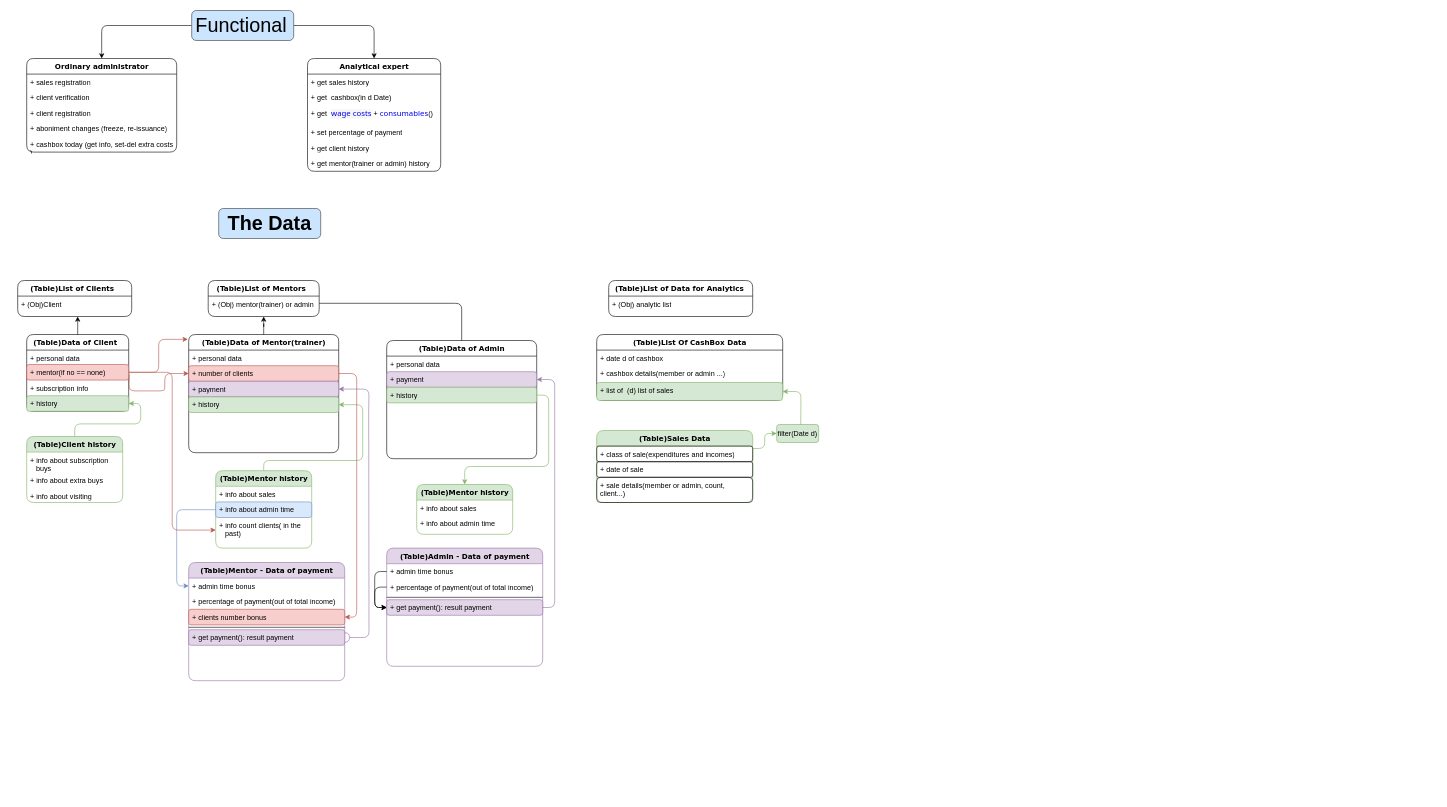
The draw.io diagram Диаграмма без названия.drawio in aaoovava/Visual-diagram-of-the-Admin-architecture, before the edit. Source tidied: cells renumbered, new cells numbered last; positions are measured from the earlier drawing's top-left corner, leaving out a move shared by most shapes. Both pictures are drawn from the tidied source at 60%, with x=0, y=0 at pixel (17, 10).
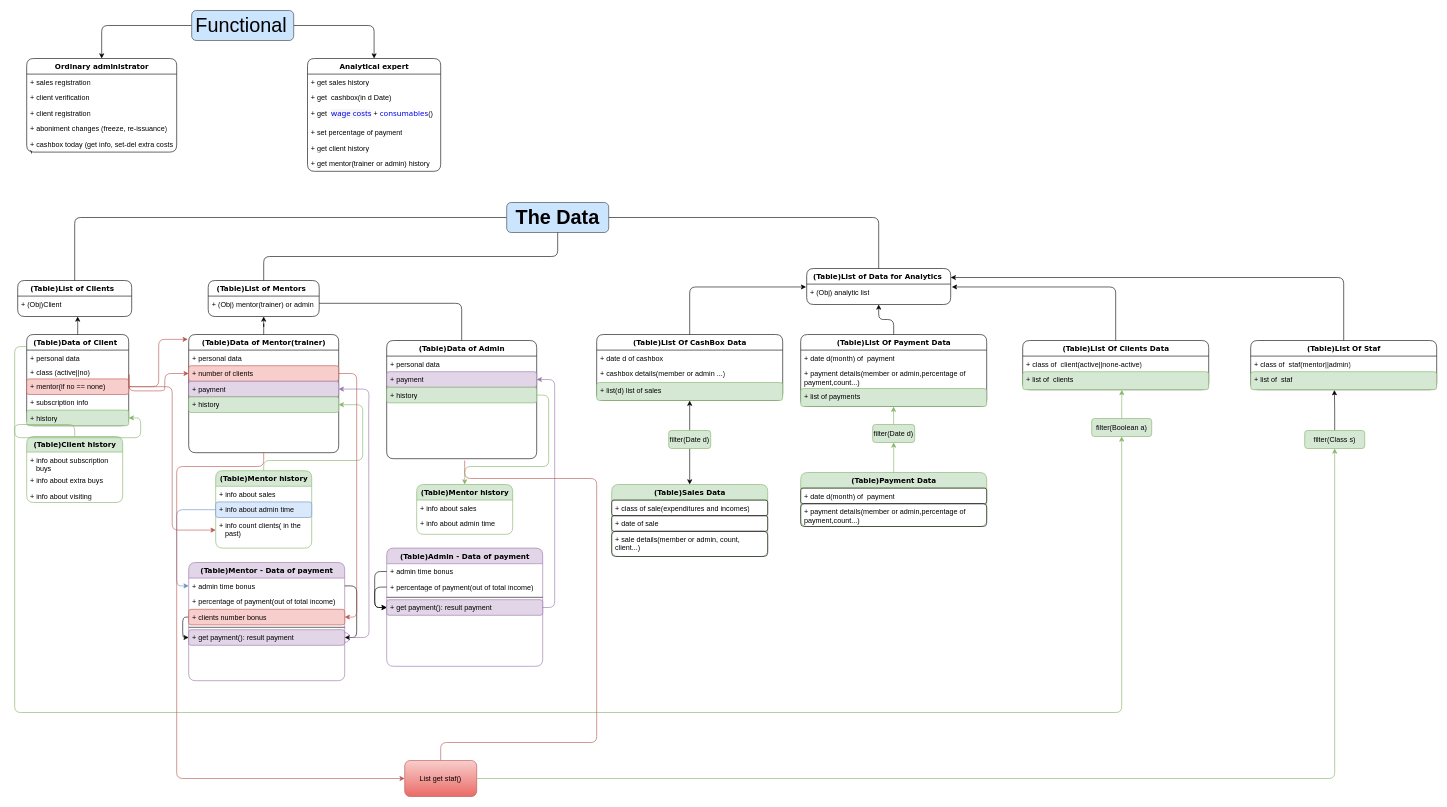
The same page after the edit.

Unchanged cells that the change refers to:
```xml
<mxCell id="14" value="(Table)Data of Mentor(trainer)" style="swimlane;html=1;fontStyle=1;align=center;verticalAlign=top;horizontal=1;startSize=26;swimlaneFillColor=#ffffff;rounded=1;shadow=0;comic=0;labelBackgroundColor=none;strokeWidth=1;fillColor=none;fontFamily=Verdana;fontSize=12;" parent="1" vertex="1">
  <mxGeometry x="285" y="540" width="250" height="197" as="geometry" />
</mxCell>
<mxCell id="43" value="(Table)Mentor - Data of&amp;nbsp;payment" style="swimlane;html=1;fontStyle=1;align=center;verticalAlign=top;horizontal=1;startSize=26;swimlaneFillColor=#ffffff;rounded=1;shadow=0;comic=0;labelBackgroundColor=none;strokeWidth=1;fontFamily=Verdana;fontSize=12;fillColor=#e1d5e7;strokeColor=#9673a6;" parent="1" vertex="1">
  <mxGeometry x="285" y="920" width="260" height="197" as="geometry" />
</mxCell>
<mxCell id="44" value="+ admin time bonus" style="text;html=1;strokeColor=none;fillColor=none;align=left;verticalAlign=top;spacingLeft=4;spacingRight=4;whiteSpace=wrap;overflow=hidden;points=[[0,0.5],[1,0.5]];portConstraint=eastwest;labelBackgroundColor=none;rounded=1;" parent="43" vertex="1">
  <mxGeometry y="26" width="260" height="26" as="geometry" />
</mxCell>
<mxCell id="46" value="+ clients number bonus" style="text;html=1;strokeColor=#b85450;fillColor=#f8cecc;align=left;verticalAlign=top;spacingLeft=4;spacingRight=4;whiteSpace=wrap;overflow=hidden;points=[[0,0.5],[1,0.5]];portConstraint=eastwest;labelBackgroundColor=none;rounded=1;" parent="43" vertex="1">
  <mxGeometry y="78" width="260" height="26" as="geometry" />
</mxCell>
<mxCell id="48" value="+ get payment(): result payment" style="text;html=1;strokeColor=#9673a6;fillColor=#e1d5e7;align=left;verticalAlign=top;spacingLeft=4;spacingRight=4;whiteSpace=wrap;overflow=hidden;points=[[0,0.5],[1,0.5]];portConstraint=eastwest;labelBackgroundColor=none;rounded=1;" parent="43" vertex="1">
  <mxGeometry y="112" width="260" height="26" as="geometry" />
</mxCell>
<mxCell id="51" value="(Table)List of Clients&amp;nbsp;&amp;nbsp;" style="swimlane;html=1;fontStyle=1;align=center;verticalAlign=top;horizontal=1;startSize=26;swimlaneFillColor=#ffffff;rounded=1;shadow=0;comic=0;labelBackgroundColor=none;strokeWidth=1;fillColor=none;fontFamily=Verdana;fontSize=12;" parent="1" vertex="1">
  <mxGeometry y="450" width="190" height="60" as="geometry" />
</mxCell>
<mxCell id="54" value="(Table)List of Mentors&amp;nbsp;&amp;nbsp;" style="swimlane;html=1;fontStyle=1;align=center;verticalAlign=top;horizontal=1;startSize=26;swimlaneFillColor=#ffffff;rounded=1;shadow=0;comic=0;labelBackgroundColor=none;strokeWidth=1;fillColor=none;fontFamily=Verdana;fontSize=12;" parent="1" vertex="1">
  <mxGeometry x="317.5" y="450" width="185" height="60" as="geometry" />
</mxCell>
<mxCell id="73" value="+ (Obj) analytic list" style="text;html=1;strokeColor=none;fillColor=none;align=left;verticalAlign=top;spacingLeft=4;spacingRight=4;whiteSpace=wrap;overflow=hidden;points=[[0,0.5],[1,0.5]];portConstraint=eastwest;labelBackgroundColor=none;rounded=1;" parent="72" vertex="1">
  <mxGeometry y="26" width="240" height="24" as="geometry" />
</mxCell>
<mxCell id="83" value="(Table)List Of CashBox Data" style="swimlane;html=1;fontStyle=1;align=center;verticalAlign=top;horizontal=1;startSize=26;swimlaneFillColor=#ffffff;rounded=1;shadow=0;comic=0;labelBackgroundColor=none;strokeWidth=1;fillColor=none;fontFamily=Verdana;fontSize=12;" parent="1" vertex="1">
  <mxGeometry x="965" y="540" width="310" height="110" as="geometry" />
</mxCell>
```

The edit, as a diff of the source:
```diff
@@
     <mxCell id="9" value="(Table)Data of Client&amp;nbsp;&amp;nbsp;" style="swimlane;html=1;fontStyle=1;align=center;verticalAlign=top;horizontal=1;startSize=26;swimlaneFillColor=#ffffff;rounded=1;shadow=0;comic=0;labelBackgroundColor=none;strokeWidth=1;fillColor=none;fontFamily=Verdana;fontSize=12;" parent="1" vertex="1">
-      <mxGeometry x="15" y="540" width="170" height="128" as="geometry" />
+      <mxGeometry x="15" y="540" width="170" height="152" as="geometry" />
     </mxCell>
@@
+    <mxCell id="89" value="+ class (active||no)" style="text;html=1;strokeColor=none;fillColor=none;align=left;verticalAlign=top;spacingLeft=4;spacingRight=4;whiteSpace=wrap;overflow=hidden;labelBackgroundColor=none;rounded=1;" parent="9" vertex="1">
+      <mxGeometry y="50" width="170" height="24" as="geometry" />
+    </mxCell>
     <mxCell id="11" value="+&amp;nbsp;mentor(if no == none)" style="text;html=1;strokeColor=#b85450;fillColor=#f8cecc;align=left;verticalAlign=top;spacingLeft=4;spacingRight=4;whiteSpace=wrap;overflow=hidden;points=[[0,0.5],[1,0.5]];portConstraint=eastwest;labelBackgroundColor=none;rounded=1;" parent="9" vertex="1">
-      <mxGeometry y="50" width="170" height="26" as="geometry" />
+      <mxGeometry y="74" width="170" height="26" as="geometry" />
     </mxCell>
     <mxCell id="12" value="+ subscription info&amp;nbsp;&amp;nbsp;" style="text;html=1;strokeColor=none;fillColor=none;align=left;verticalAlign=top;spacingLeft=4;spacingRight=4;whiteSpace=wrap;overflow=hidden;labelBackgroundColor=none;rounded=1;" parent="9" vertex="1">
-      <mxGeometry y="76" width="170" height="26" as="geometry" />
+      <mxGeometry y="100" width="170" height="26" as="geometry" />
     </mxCell>
     <mxCell id="13" value="+ history" style="text;html=1;strokeColor=#82b366;fillColor=#d5e8d4;align=left;verticalAlign=top;spacingLeft=4;spacingRight=4;whiteSpace=wrap;overflow=hidden;points=[[0,0.5],[1,0.5]];portConstraint=eastwest;labelBackgroundColor=none;rounded=1;" parent="9" vertex="1">
-      <mxGeometry y="102" width="170" height="26" as="geometry" />
+      <mxGeometry y="126" width="170" height="26" as="geometry" />
     </mxCell>
@@
+    <mxCell id="90" style="edgeStyle=orthogonalEdgeStyle;rounded=1;jettySize=auto;html=1;exitX=0;exitY=0.5;exitDx=0;exitDy=0;entryX=0.5;entryY=0;entryDx=0;entryDy=0;startArrow=none;startFill=0;endArrow=none;endFill=0;" parent="1" edge="1" source="32" target="51">
+      <mxGeometry relative="1" as="geometry" />
+    </mxCell>
+    <mxCell id="91" style="edgeStyle=orthogonalEdgeStyle;rounded=1;jettySize=auto;html=1;exitX=1;exitY=0.5;exitDx=0;exitDy=0;entryX=0.5;entryY=0;entryDx=0;entryDy=0;endArrow=none;endFill=0;" parent="1" edge="1" source="32" target="72">
+      <mxGeometry relative="1" as="geometry" />
+    </mxCell>
     <mxCell id="32" value="&lt;font style=&quot;font-size: 33px;&quot;&gt;&lt;b&gt;The Data&lt;/b&gt;&lt;/font&gt;" style="text;html=1;fillColor=#CCE5FF;align=center;verticalAlign=middle;whiteSpace=wrap;rounded=1;strokeColor=#36393d;" parent="1" vertex="1">
-      <mxGeometry x="335" y="330" width="170" height="50" as="geometry" />
+      <mxGeometry x="815" y="320" width="170" height="50" as="geometry" />
     </mxCell>
@@
+    <mxCell id="92" style="edgeStyle=orthogonalEdgeStyle;rounded=1;jettySize=auto;html=1;exitX=1;exitY=0.5;exitDx=0;exitDy=0;entryX=1;entryY=0.5;entryDx=0;entryDy=0;" parent="43" edge="1" source="44" target="48">
+      <mxGeometry relative="1" as="geometry" />
+    </mxCell>
@@
+    <mxCell id="93" style="edgeStyle=orthogonalEdgeStyle;rounded=1;jettySize=auto;html=1;exitX=0;exitY=0.5;exitDx=0;exitDy=0;entryX=0;entryY=0.5;entryDx=0;entryDy=0;" parent="43" edge="1" source="46" target="48">
+      <mxGeometry relative="1" as="geometry">
+        <Array as="points">
+          <mxPoint x="-10" y="91" />
+          <mxPoint x="-10" y="125" />
+        </Array>
+      </mxGeometry>
+    </mxCell>
@@
+    <mxCell id="94" style="edgeStyle=orthogonalEdgeStyle;rounded=1;jettySize=auto;html=1;exitX=0.5;exitY=0;exitDx=0;exitDy=0;entryX=0.5;entryY=1;entryDx=0;entryDy=0;endArrow=none;endFill=0;" parent="1" edge="1" source="54" target="32">
+      <mxGeometry relative="1" as="geometry" />
+    </mxCell>
@@
     <mxCell id="72" value="(Table)List of Data for Analytics&amp;nbsp;" style="swimlane;html=1;fontStyle=1;align=center;verticalAlign=top;horizontal=1;startSize=26;swimlaneFillColor=#ffffff;rounded=1;shadow=0;comic=0;labelBackgroundColor=none;strokeWidth=1;fillColor=none;fontFamily=Verdana;fontSize=12;" parent="1" vertex="1">
-      <mxGeometry x="985" y="450" width="240" height="60" as="geometry" />
+      <mxGeometry x="1315" y="430" width="240" height="60" as="geometry" />
     </mxCell>
@@
-    <mxCell id="78" style="edgeStyle=orthogonalEdgeStyle;rounded=1;jettySize=auto;html=1;exitX=1;exitY=0.25;exitDx=0;exitDy=0;entryX=0;entryY=0.5;entryDx=0;entryDy=0;fillColor=#d5e8d4;strokeColor=#82b366;" parent="1" edge="1" source="79" target="88">
-      <mxGeometry relative="1" as="geometry" />
-    </mxCell>
     <mxCell id="79" value="(Table)Sales Data" style="swimlane;html=1;fontStyle=1;align=center;verticalAlign=top;horizontal=1;startSize=26;swimlaneFillColor=#ffffff;rounded=1;shadow=0;comic=0;labelBackgroundColor=none;strokeWidth=1;fillColor=#d5e8d4;fontFamily=Verdana;fontSize=12;strokeColor=#82b366;" parent="1" vertex="1">
-      <mxGeometry x="965" y="700" width="260" height="120" as="geometry" />
+      <mxGeometry x="990" y="790" width="260" height="120" as="geometry" />
     </mxCell>
@@
+    <mxCell id="95" style="edgeStyle=orthogonalEdgeStyle;rounded=1;jettySize=auto;html=1;exitX=0.5;exitY=0;exitDx=0;exitDy=0;entryX=-0.004;entryY=0.199;entryDx=0;entryDy=0;entryPerimeter=0;" parent="1" edge="1" source="83" target="73">
+      <mxGeometry relative="1" as="geometry" />
+    </mxCell>
@@
-    <mxCell id="86" value="+ list of&amp;nbsp; (d) list of sales" style="text;html=1;strokeColor=#82b366;fillColor=#d5e8d4;align=left;verticalAlign=top;spacingLeft=4;spacingRight=4;whiteSpace=wrap;overflow=hidden;points=[[0,0.5],[1,0.5]];portConstraint=eastwest;labelBackgroundColor=none;rounded=1;" parent="83" vertex="1">
+    <mxCell id="86" value="+ list(d) list of sales" style="text;html=1;strokeColor=#82b366;fillColor=#d5e8d4;align=left;verticalAlign=top;spacingLeft=4;spacingRight=4;whiteSpace=wrap;overflow=hidden;points=[[0,0.5],[1,0.5]];portConstraint=eastwest;labelBackgroundColor=none;rounded=1;" parent="83" vertex="1">
       <mxGeometry y="80" width="310" height="30" as="geometry" />
     </mxCell>
-    <mxCell id="87" style="edgeStyle=orthogonalEdgeStyle;rounded=1;jettySize=auto;html=1;entryX=1;entryY=0.5;entryDx=0;entryDy=0;fillColor=#d5e8d4;strokeColor=#82b366;" parent="1" edge="1" target="86">
-      <mxGeometry relative="1" as="geometry">
-        <mxPoint x="1305" y="700" as="sourcePoint" />
-      </mxGeometry>
-    </mxCell>
+    <mxCell id="96" style="edgeStyle=orthogonalEdgeStyle;rounded=1;jettySize=auto;html=1;exitX=0.5;exitY=1;exitDx=0;exitDy=0;" parent="1" edge="1" source="88" target="79">
+      <mxGeometry relative="1" as="geometry" />
+    </mxCell>
+    <mxCell id="97" style="edgeStyle=orthogonalEdgeStyle;rounded=1;jettySize=auto;html=1;exitX=0.5;exitY=0;exitDx=0;exitDy=0;entryX=0.5;entryY=1.009;entryDx=0;entryDy=0;entryPerimeter=0;" parent="1" edge="1" source="88" target="86">
+      <mxGeometry relative="1" as="geometry" />
+    </mxCell>
     <mxCell id="88" value="filter(Date d)" style="rounded=1;whiteSpace=wrap;html=1;fillColor=#d5e8d4;strokeColor=#82b366;" parent="1" vertex="1">
-      <mxGeometry x="1265" y="690" width="70" height="30" as="geometry" />
+      <mxGeometry x="1085" y="700" width="70" height="30" as="geometry" />
     </mxCell>
+    <mxCell id="98" style="edgeStyle=orthogonalEdgeStyle;rounded=1;jettySize=auto;html=1;exitX=0.5;exitY=0;exitDx=0;exitDy=0;entryX=0.5;entryY=1;entryDx=0;entryDy=0;" parent="1" edge="1" source="99" target="72">
+      <mxGeometry relative="1" as="geometry" />
+    </mxCell>
+    <mxCell id="99" value="(Table)List Of Payment Data" style="swimlane;html=1;fontStyle=1;align=center;verticalAlign=top;horizontal=1;startSize=26;swimlaneFillColor=#ffffff;rounded=1;shadow=0;comic=0;labelBackgroundColor=none;strokeWidth=1;fillColor=none;fontFamily=Verdana;fontSize=12;" parent="1" vertex="1">
+      <mxGeometry x="1305" y="540" width="310" height="120" as="geometry" />
+    </mxCell>
+    <mxCell id="100" value="+ date d(month) of&amp;nbsp; payment" style="text;html=1;strokeColor=none;fillColor=none;align=left;verticalAlign=top;spacingLeft=4;spacingRight=4;whiteSpace=wrap;overflow=hidden;labelBackgroundColor=none;rounded=1;" parent="99" vertex="1">
+      <mxGeometry y="26" width="310" height="26" as="geometry" />
+    </mxCell>
+    <mxCell id="101" value="+ payment details(member or admin,percentage of&amp;nbsp; &amp;nbsp; &amp;nbsp; &amp;nbsp; payment,count...)" style="text;html=1;strokeColor=none;fillColor=none;align=left;verticalAlign=top;spacingLeft=4;spacingRight=4;whiteSpace=wrap;overflow=hidden;labelBackgroundColor=none;rounded=1;" parent="99" vertex="1">
+      <mxGeometry y="52" width="310" height="38" as="geometry" />
+    </mxCell>
+    <mxCell id="102" value="+ list of payments" style="text;html=1;strokeColor=#82b366;fillColor=#d5e8d4;align=left;verticalAlign=top;spacingLeft=4;spacingRight=4;whiteSpace=wrap;overflow=hidden;points=[[0,0.5],[1,0.5]];portConstraint=eastwest;labelBackgroundColor=none;rounded=1;" parent="99" vertex="1">
+      <mxGeometry y="90" width="310" height="30" as="geometry" />
+    </mxCell>
+    <mxCell id="103" value="(Table)Payment Data" style="swimlane;html=1;fontStyle=1;align=center;verticalAlign=top;horizontal=1;startSize=26;swimlaneFillColor=#ffffff;rounded=1;shadow=0;comic=0;labelBackgroundColor=none;strokeWidth=1;fillColor=#d5e8d4;fontFamily=Verdana;fontSize=12;strokeColor=#82b366;" parent="1" vertex="1">
+      <mxGeometry x="1305" y="770" width="310" height="90" as="geometry" />
+    </mxCell>
+    <mxCell id="104" value="+ date d(month) of&amp;nbsp; payment" style="text;html=1;strokeColor=default;fillColor=none;align=left;verticalAlign=top;spacingLeft=4;spacingRight=4;whiteSpace=wrap;overflow=hidden;labelBackgroundColor=none;rounded=1;" parent="103" vertex="1">
+      <mxGeometry y="26" width="310" height="26" as="geometry" />
+    </mxCell>
+    <mxCell id="105" value="+ payment details(member or admin,percentage of&amp;nbsp; &amp;nbsp; &amp;nbsp; &amp;nbsp; payment,count...)" style="text;html=1;align=left;verticalAlign=top;spacingLeft=4;spacingRight=4;whiteSpace=wrap;overflow=hidden;labelBackgroundColor=none;rounded=1;strokeColor=default;" parent="103" vertex="1">
+      <mxGeometry y="52" width="310" height="38" as="geometry" />
+    </mxCell>
+    <mxCell id="106" style="edgeStyle=orthogonalEdgeStyle;rounded=1;jettySize=auto;html=1;exitX=0.5;exitY=1;exitDx=0;exitDy=0;entryX=0.5;entryY=0;entryDx=0;entryDy=0;fillColor=#d5e8d4;strokeColor=#82b366;endArrow=none;endFill=0;startArrow=classic;startFill=1;" parent="1" edge="1" source="108" target="103">
+      <mxGeometry relative="1" as="geometry" />
+    </mxCell>
+    <mxCell id="107" style="edgeStyle=orthogonalEdgeStyle;rounded=1;jettySize=auto;html=1;exitX=0.5;exitY=0;exitDx=0;exitDy=0;entryX=0.499;entryY=1.01;entryDx=0;entryDy=0;entryPerimeter=0;fillColor=#d5e8d4;strokeColor=#82b366;" parent="1" edge="1" source="108" target="102">
+      <mxGeometry relative="1" as="geometry" />
+    </mxCell>
+    <mxCell id="108" value="filter(Date d)" style="rounded=1;whiteSpace=wrap;html=1;fillColor=#d5e8d4;strokeColor=#82b366;" parent="1" vertex="1">
+      <mxGeometry x="1425" y="690" width="70" height="30" as="geometry" />
+    </mxCell>
+    <mxCell id="109" style="edgeStyle=orthogonalEdgeStyle;rounded=1;jettySize=auto;html=1;exitX=0.5;exitY=0;exitDx=0;exitDy=0;entryX=1.008;entryY=0.199;entryDx=0;entryDy=0;entryPerimeter=0;" parent="1" edge="1" source="110" target="73">
+      <mxGeometry relative="1" as="geometry" />
+    </mxCell>
+    <mxCell id="110" value="(Table)List Of Clients Data" style="swimlane;html=1;fontStyle=1;align=center;verticalAlign=top;horizontal=1;startSize=26;swimlaneFillColor=#ffffff;rounded=1;shadow=0;comic=0;labelBackgroundColor=none;strokeWidth=1;fillColor=none;fontFamily=Verdana;fontSize=12;" parent="1" vertex="1">
+      <mxGeometry x="1675" y="550" width="310" height="82" as="geometry" />
+    </mxCell>
+    <mxCell id="111" value="+ class of&amp;nbsp; client(active||none-active)" style="text;html=1;strokeColor=none;fillColor=none;align=left;verticalAlign=top;spacingLeft=4;spacingRight=4;whiteSpace=wrap;overflow=hidden;labelBackgroundColor=none;rounded=1;" parent="110" vertex="1">
+      <mxGeometry y="26" width="310" height="26" as="geometry" />
+    </mxCell>
+    <mxCell id="112" value="+ list of&amp;nbsp; clients" style="text;html=1;strokeColor=#82b366;fillColor=#d5e8d4;align=left;verticalAlign=top;spacingLeft=4;spacingRight=4;whiteSpace=wrap;overflow=hidden;points=[[0,0.5],[1,0.5]];portConstraint=eastwest;labelBackgroundColor=none;rounded=1;" parent="110" vertex="1">
+      <mxGeometry y="52" width="310" height="30" as="geometry" />
+    </mxCell>
+    <mxCell id="113" style="edgeStyle=orthogonalEdgeStyle;rounded=1;jettySize=auto;html=1;exitX=0.5;exitY=0;exitDx=0;exitDy=0;entryX=0.533;entryY=1.014;entryDx=0;entryDy=0;entryPerimeter=0;fillColor=#d5e8d4;strokeColor=#82b366;" parent="1" edge="1" source="115" target="112">
+      <mxGeometry relative="1" as="geometry" />
+    </mxCell>
+    <mxCell id="114" style="edgeStyle=orthogonalEdgeStyle;rounded=1;jettySize=auto;html=1;exitX=0.5;exitY=1;exitDx=0;exitDy=0;entryX=0;entryY=0.132;entryDx=0;entryDy=0;entryPerimeter=0;fillColor=#d5e8d4;strokeColor=#82b366;endArrow=none;endFill=0;startArrow=classic;startFill=1;" parent="1" edge="1" source="115" target="9">
+      <mxGeometry relative="1" as="geometry">
+        <Array as="points">
+          <mxPoint x="1840" y="1170" />
+          <mxPoint x="-5" y="1170" />
+          <mxPoint x="-5" y="560" />
+        </Array>
+      </mxGeometry>
+    </mxCell>
+    <mxCell id="115" value="filter(Boolean a)" style="rounded=1;whiteSpace=wrap;html=1;fillColor=#d5e8d4;strokeColor=#82b366;" parent="1" vertex="1">
+      <mxGeometry x="1790" y="680" width="100" height="30" as="geometry" />
+    </mxCell>
+    <mxCell id="116" style="edgeStyle=orthogonalEdgeStyle;rounded=1;jettySize=auto;html=1;exitX=0.5;exitY=0;exitDx=0;exitDy=0;entryX=1;entryY=0.25;entryDx=0;entryDy=0;" parent="1" edge="1" source="117" target="72">
+      <mxGeometry relative="1" as="geometry" />
+    </mxCell>
+    <mxCell id="117" value="(Table)List Of Staf" style="swimlane;html=1;fontStyle=1;align=center;verticalAlign=top;horizontal=1;startSize=26;swimlaneFillColor=#ffffff;rounded=1;shadow=0;comic=0;labelBackgroundColor=none;strokeWidth=1;fillColor=none;fontFamily=Verdana;fontSize=12;" parent="1" vertex="1">
+      <mxGeometry x="2055" y="550" width="310" height="82" as="geometry" />
+    </mxCell>
+    <mxCell id="118" value="+ class of&amp;nbsp; staf(mentor||admin)" style="text;html=1;strokeColor=none;fillColor=none;align=left;verticalAlign=top;spacingLeft=4;spacingRight=4;whiteSpace=wrap;overflow=hidden;labelBackgroundColor=none;rounded=1;" parent="117" vertex="1">
+      <mxGeometry y="26" width="310" height="26" as="geometry" />
+    </mxCell>
+    <mxCell id="119" value="+ list of&amp;nbsp; staf" style="text;html=1;strokeColor=#82b366;fillColor=#d5e8d4;align=left;verticalAlign=top;spacingLeft=4;spacingRight=4;whiteSpace=wrap;overflow=hidden;points=[[0,0.5],[1,0.5]];portConstraint=eastwest;labelBackgroundColor=none;rounded=1;" parent="117" vertex="1">
+      <mxGeometry y="52" width="310" height="30" as="geometry" />
+    </mxCell>
+    <mxCell id="120" style="edgeStyle=orthogonalEdgeStyle;rounded=1;jettySize=auto;html=1;exitX=0.5;exitY=0;exitDx=0;exitDy=0;entryX=0.45;entryY=1.02;entryDx=0;entryDy=0;entryPerimeter=0;" parent="1" edge="1" source="122" target="119">
+      <mxGeometry relative="1" as="geometry" />
+    </mxCell>
+    <mxCell id="121" style="edgeStyle=orthogonalEdgeStyle;rounded=1;jettySize=auto;html=1;exitX=0.5;exitY=1;exitDx=0;exitDy=0;entryX=1;entryY=0.5;entryDx=0;entryDy=0;endArrow=none;endFill=0;startArrow=classic;startFill=1;fillColor=#d5e8d4;gradientColor=#97d077;strokeColor=#82b366;" parent="1" edge="1" source="122" target="125">
+      <mxGeometry relative="1" as="geometry" />
+    </mxCell>
+    <mxCell id="122" value="filter(Class s)" style="rounded=1;whiteSpace=wrap;html=1;fillColor=#d5e8d4;strokeColor=#82b366;" parent="1" vertex="1">
+      <mxGeometry x="2145" y="700" width="100" height="30" as="geometry" />
+    </mxCell>
+    <mxCell id="123" style="edgeStyle=orthogonalEdgeStyle;rounded=1;jettySize=auto;html=1;exitX=0.5;exitY=0;exitDx=0;exitDy=0;fillColor=#f8cecc;gradientColor=#ea6b66;strokeColor=#b85450;endArrow=none;endFill=0;" parent="1" edge="1" source="125">
+      <mxGeometry relative="1" as="geometry">
+        <mxPoint x="745" y="750" as="targetPoint" />
+        <Array as="points">
+          <mxPoint x="965" y="1220" />
+          <mxPoint x="965" y="780" />
+          <mxPoint x="745" y="780" />
+        </Array>
+      </mxGeometry>
+    </mxCell>
+    <mxCell id="124" style="edgeStyle=orthogonalEdgeStyle;rounded=1;jettySize=auto;html=1;exitX=0;exitY=0.5;exitDx=0;exitDy=0;entryX=0.5;entryY=1;entryDx=0;entryDy=0;fillColor=#f8cecc;gradientColor=#ea6b66;strokeColor=#b85450;startArrow=classic;startFill=1;endArrow=none;endFill=0;" parent="1" edge="1" source="125" target="14">
+      <mxGeometry relative="1" as="geometry">
+        <Array as="points">
+          <mxPoint x="265" y="1280" />
+          <mxPoint x="265" y="760" />
+          <mxPoint x="410" y="760" />
+        </Array>
+      </mxGeometry>
+    </mxCell>
+    <mxCell id="125" value="List get staf()" style="rounded=1;whiteSpace=wrap;html=1;fillColor=#f8cecc;gradientColor=#ea6b66;strokeColor=#b85450;" parent="1" vertex="1">
+      <mxGeometry x="645" y="1250" width="120" height="60" as="geometry" />
+    </mxCell>
```
